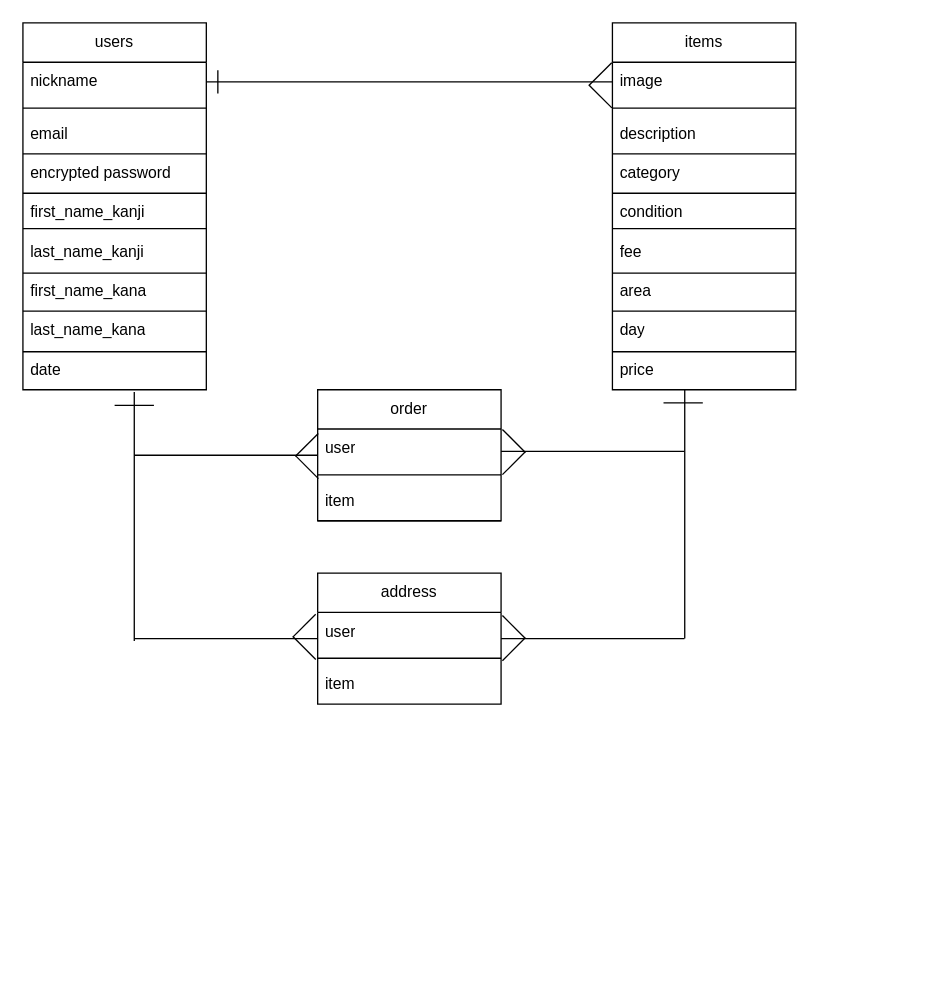
Above: test.dio in aaha2134/furima-39061 (draw.io), before the change. Source tidied: cells renumbered, new cells numbered last; positions are measured from the earlier drawing's top-left corner, leaving out a move shared by most shapes. Both pictures are drawn from the tidied source at 131%, with x=0, y=0 at pixel (9, 22).
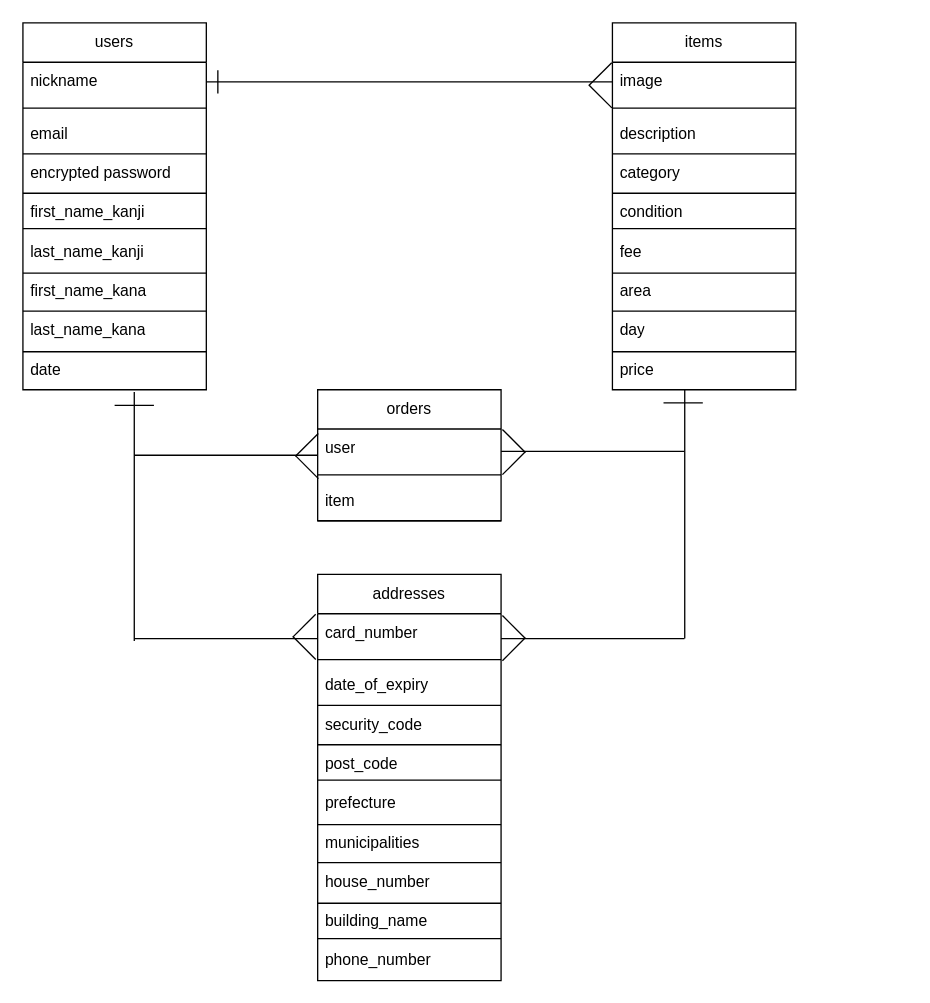
After the change.

Commit message (it also covers changes not shown here):
read me作成、ER図作成（修正var2）

The change refers to these unchanged cells:
```xml
<mxCell id="42" style="group;" parent="1" vertex="1">
  <mxGeometry x="235" y="280" width="450" height="280" as="geometry" />
</mxCell>
```

The edit, as a diff of the source:
```diff
@@
-    <mxCell id="43" value="order" style="swimlane;fontStyle=0;horizontal=1;startSize=30;whiteSpace=wrap;html=1;" parent="42" vertex="1">
+    <mxCell id="43" value="orders" style="swimlane;fontStyle=0;horizontal=1;startSize=30;whiteSpace=wrap;html=1;" parent="42" vertex="1">
       <mxGeometry width="140" height="100" as="geometry" />
     </mxCell>
@@
-    <mxCell id="48" value="address" style="swimlane;fontStyle=0;horizontal=1;startSize=30;whiteSpace=wrap;html=1;" parent="42" vertex="1">
-      <mxGeometry y="140" width="140" height="100" as="geometry" />
-    </mxCell>
-    <mxCell id="49" value="user" style="text;strokeColor=none;fillColor=none;align=left;verticalAlign=middle;spacingLeft=4;spacingRight=4;overflow=hidden;whiteSpace=wrap;html=1;" parent="48" vertex="1">
-      <mxGeometry y="30" width="140" height="30" as="geometry" />
-    </mxCell>
-    <mxCell id="50" style="line;strokeWidth=1;html=1;perimeter=backbonePerimeter;" parent="48" vertex="1">
-      <mxGeometry y="60" width="140" height="10" as="geometry" />
-    </mxCell>
-    <mxCell id="51" value="item" style="text;strokeColor=none;fillColor=none;align=left;verticalAlign=middle;spacingLeft=4;spacingRight=4;overflow=hidden;whiteSpace=wrap;html=1;" parent="48" vertex="1">
-      <mxGeometry y="70" width="140" height="30" as="geometry" />
-    </mxCell>
@@
+    <mxCell id="72" style="group;" parent="1" vertex="1">
+      <mxGeometry x="235" y="421" width="140" height="280" as="geometry" />
+    </mxCell>
+    <mxCell id="73" value="addresses" style="swimlane;fontStyle=0;horizontal=1;startSize=30;whiteSpace=wrap;html=1;" parent="72" vertex="1">
+      <mxGeometry width="140" height="310" as="geometry" />
+    </mxCell>
+    <mxCell id="74" value="card_number" style="text;strokeColor=none;fillColor=none;align=left;verticalAlign=middle;spacingLeft=4;spacingRight=4;overflow=hidden;whiteSpace=wrap;html=1;" parent="73" vertex="1">
+      <mxGeometry y="30" width="140" height="30" as="geometry" />
+    </mxCell>
+    <mxCell id="50" style="line;strokeWidth=1;html=1;perimeter=backbonePerimeter;" parent="73" vertex="1">
+      <mxGeometry y="60" width="140" height="10" as="geometry" />
+    </mxCell>
+    <mxCell id="75" value="date_of_expiry" style="text;strokeColor=none;fillColor=none;align=left;verticalAlign=middle;spacingLeft=4;spacingRight=4;overflow=hidden;whiteSpace=wrap;html=1;" parent="73" vertex="1">
+      <mxGeometry y="70" width="140" height="30" as="geometry" />
+    </mxCell>
+    <mxCell id="76" value="security_code" style="text;strokeColor=none;fillColor=none;align=left;verticalAlign=middle;spacingLeft=4;spacingRight=4;overflow=hidden;whiteSpace=wrap;html=1;" parent="73" vertex="1">
+      <mxGeometry y="100" width="140" height="30" as="geometry" />
+    </mxCell>
+    <mxCell id="77" value="post_code" style="text;strokeColor=none;fillColor=none;align=left;verticalAlign=middle;spacingLeft=4;spacingRight=4;overflow=hidden;whiteSpace=wrap;html=1;" parent="73" vertex="1">
+      <mxGeometry y="130" width="140" height="30" as="geometry" />
+    </mxCell>
+    <mxCell id="78" value="prefecture" style="text;strokeColor=none;fillColor=none;align=left;verticalAlign=middle;spacingLeft=4;spacingRight=4;overflow=hidden;whiteSpace=wrap;html=1;" parent="73" vertex="1">
+      <mxGeometry y="160" width="140" height="30" as="geometry" />
+    </mxCell>
+    <mxCell id="79" value="municipalities" style="text;strokeColor=none;fillColor=none;align=left;verticalAlign=middle;spacingLeft=4;spacingRight=4;overflow=hidden;whiteSpace=wrap;html=1;" parent="73" vertex="1">
+      <mxGeometry y="190" width="140" height="30" as="geometry" />
+    </mxCell>
+    <mxCell id="80" value="house_number" style="text;strokeColor=none;fillColor=none;align=left;verticalAlign=middle;spacingLeft=4;spacingRight=4;overflow=hidden;whiteSpace=wrap;html=1;" parent="73" vertex="1">
+      <mxGeometry y="220" width="140" height="30" as="geometry" />
+    </mxCell>
+    <mxCell id="81" value="building_name" style="text;strokeColor=none;fillColor=none;align=left;verticalAlign=middle;spacingLeft=4;spacingRight=4;overflow=hidden;whiteSpace=wrap;html=1;" parent="73" vertex="1">
+      <mxGeometry y="250" width="140" height="30" as="geometry" />
+    </mxCell>
+    <mxCell id="82" value="phone_number" style="text;strokeColor=none;fillColor=none;align=left;verticalAlign=middle;spacingLeft=4;spacingRight=4;overflow=hidden;whiteSpace=wrap;html=1;" parent="73" vertex="1">
+      <mxGeometry y="280" width="140" height="30" as="geometry" />
+    </mxCell>
+    <mxCell id="83" style="line;strokeWidth=1;html=1;perimeter=backbonePerimeter;" parent="72" vertex="1">
+      <mxGeometry y="95" width="140" height="10" as="geometry" />
+    </mxCell>
+    <mxCell id="84" style="line;strokeWidth=1;html=1;perimeter=backbonePerimeter;" parent="72" vertex="1">
+      <mxGeometry y="125" width="140" height="10" as="geometry" />
+    </mxCell>
+    <mxCell id="85" style="line;strokeWidth=1;html=1;perimeter=backbonePerimeter;" parent="72" vertex="1">
+      <mxGeometry y="152" width="140" height="10" as="geometry" />
+    </mxCell>
+    <mxCell id="86" style="line;strokeWidth=1;html=1;perimeter=backbonePerimeter;" parent="72" vertex="1">
+      <mxGeometry y="186" width="140" height="10" as="geometry" />
+    </mxCell>
+    <mxCell id="87" style="line;strokeWidth=1;html=1;perimeter=backbonePerimeter;" parent="72" vertex="1">
+      <mxGeometry y="215" width="140" height="10" as="geometry" />
+    </mxCell>
+    <mxCell id="88" style="line;strokeWidth=1;html=1;perimeter=backbonePerimeter;" parent="72" vertex="1">
+      <mxGeometry y="246" width="140" height="10" as="geometry" />
+    </mxCell>
+    <mxCell id="89" style="line;strokeWidth=1;html=1;perimeter=backbonePerimeter;" parent="1" vertex="1">
+      <mxGeometry x="235" y="694" width="140" height="10" as="geometry" />
+    </mxCell>
```
